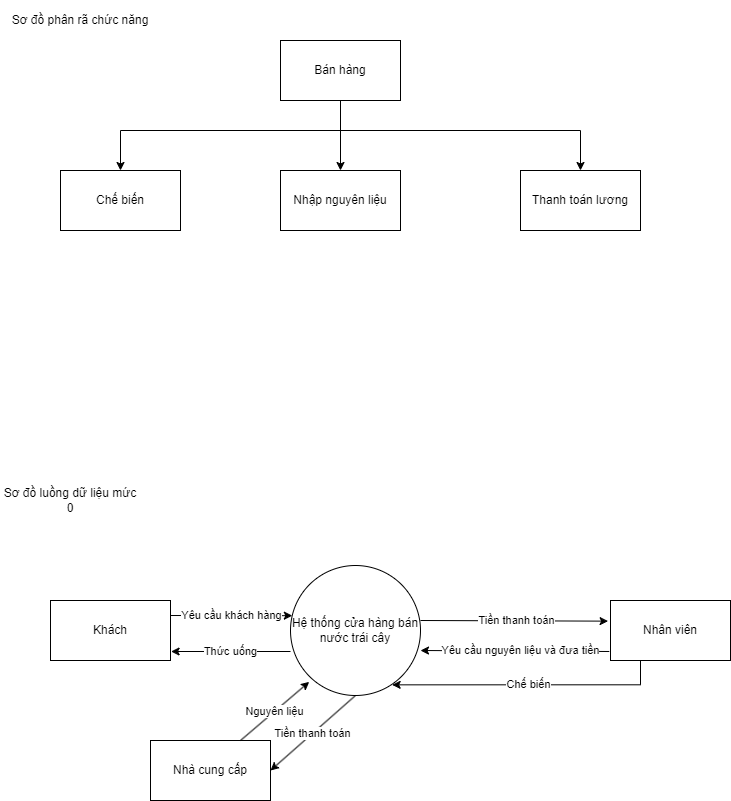
InfiniteByte1811/branch1 keeps this draw.io diagram as DFD2.png. Above is the earlier version. Source tidied: cells renumbered, new cells last; positions are measured from the earlier drawing's top-left corner, leaving out a move shared by most shapes.
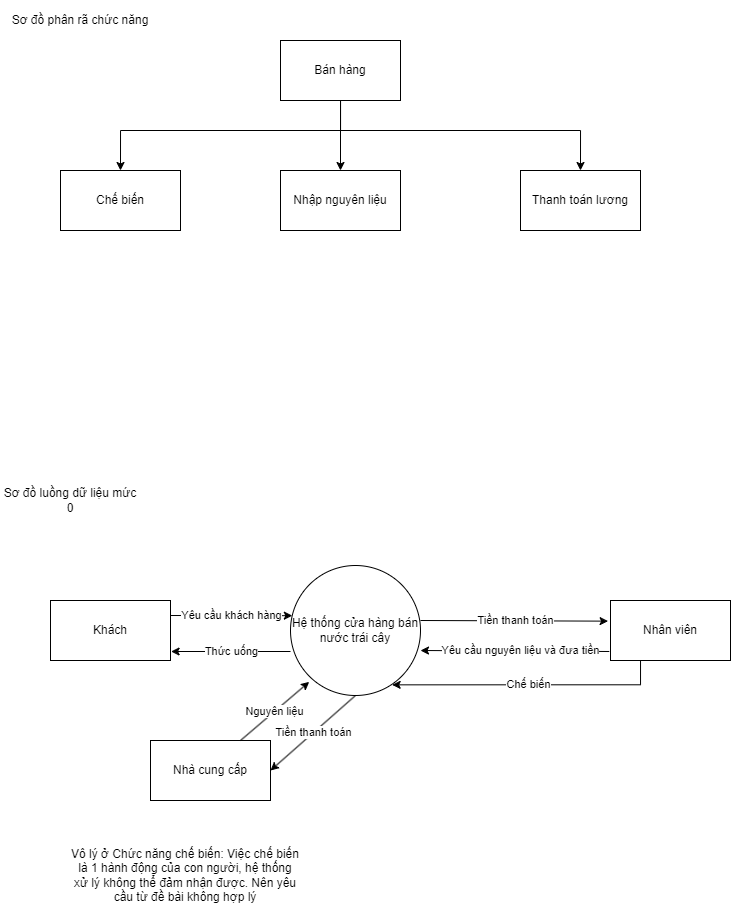
The same file after the commit.

Commit message:
Cập nhật DFD2.png

The edit, as a diff of the source:
```diff
@@ -86,5 +86,8 @@
         <mxPoint x="420" y="650" as="targetPoint" />
       </mxGeometry>
     </mxCell>
+    <mxCell id="22" value="Vô lý ở Chức năng chế biến: Việc chế biến là 1 hành động của con người, hệ thống xử lý không thể đảm nhận được. Nên yêu cầu từ đề bài không hợp lý" style="text;html=1;strokeColor=none;fillColor=none;align=center;verticalAlign=middle;whiteSpace=wrap;rounded=0;" parent="1" vertex="1">
+      <mxGeometry x="70" y="840" width="230" height="70" as="geometry" />
+    </mxCell>
   </root>
 </mxGraphModel>
```
